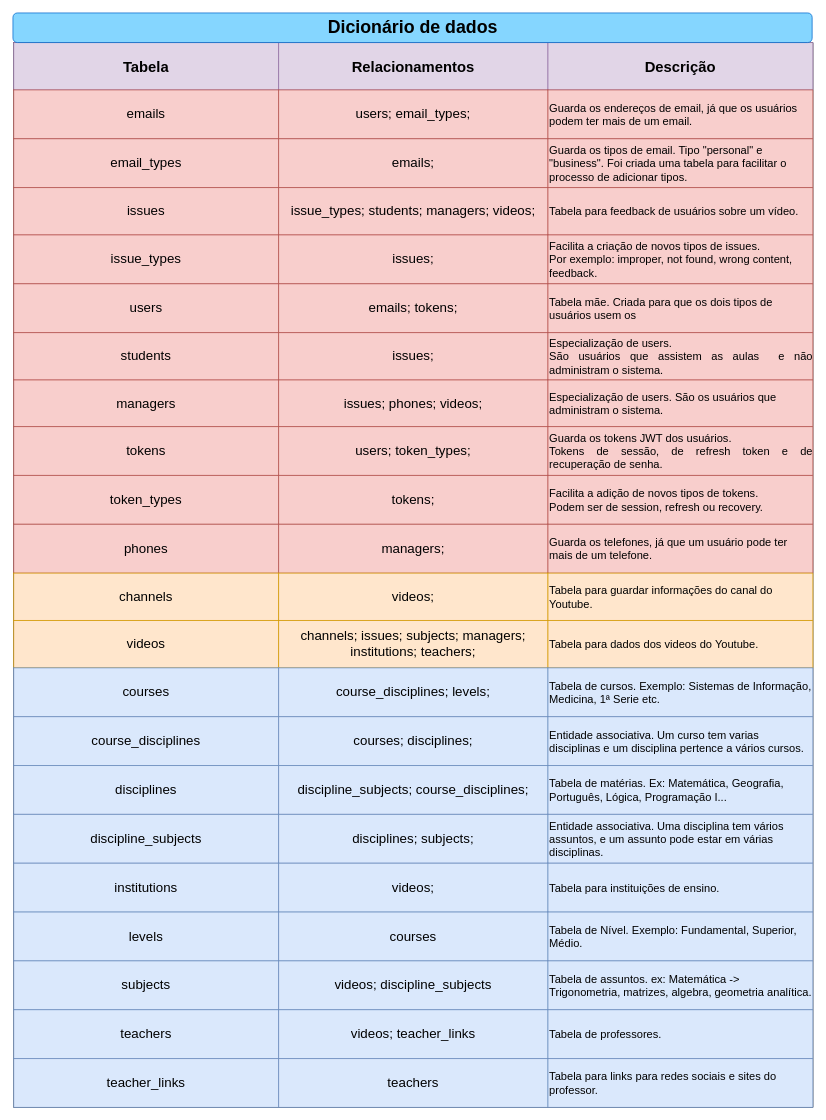
This is page "Dicionário de dados" (3 of 7) of db_model.drawio from SevenSeas-Tech/demen-backend, a draw.io file, before an edit. Source tidied: cells renumbered, new cells numbered last; positions are measured from the earlier drawing's top-left corner, leaving out a move shared by most shapes. Both pictures are drawn from the tidied source at 74%, with x=0, y=0 at pixel (13, 13).
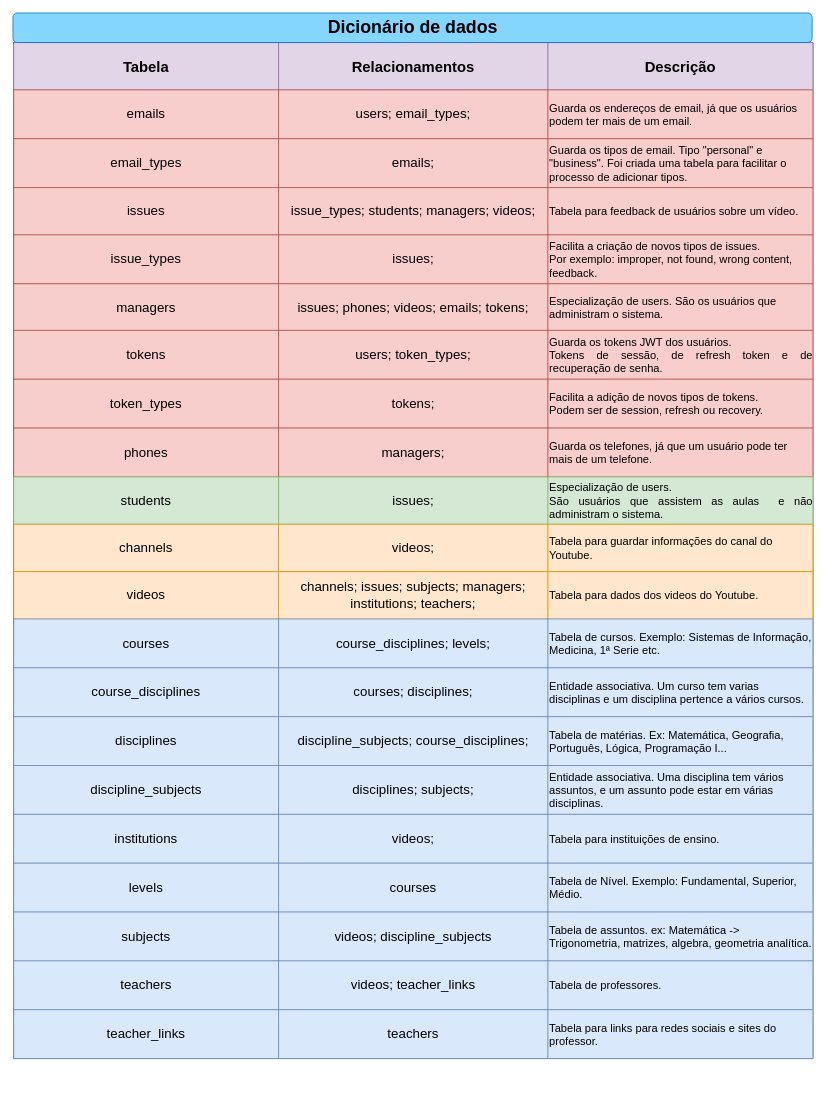
Above is the later version.

Change to the diagram source:
```diff
@@
     <mxCell id="2" style="shape=table;startSize=0;childLayout=tableLayout;rounded=1;shadow=0;glass=0;sketch=0;gradientColor=none;align=center;fontSize=20;" parent="1" vertex="1">
-      <mxGeometry x="1" y="40" width="1080" height="1439" as="geometry" />
+      <mxGeometry x="1" y="40" width="1080" height="1373" as="geometry" />
     </mxCell>
@@
-    <mxCell id="23" style="shape=tableRow;horizontal=0;startSize=0;swimlaneHead=0;swimlaneBody=0;top=0;left=0;bottom=0;right=0;fillColor=none;rounded=1;shadow=0;glass=0;sketch=0;" parent="2" vertex="1">
-      <mxGeometry y="326" width="1080" height="66" as="geometry" />
-    </mxCell>
-    <mxCell id="24" value="users" style="shape=partialRectangle;html=1;whiteSpace=wrap;overflow=hidden;fillColor=#f8cecc;top=1;left=1;bottom=1;right=1;rounded=1;shadow=0;glass=0;sketch=0;strokeColor=#b85450;fontSize=18;" parent="23" vertex="1">
-      <mxGeometry width="358" height="66" as="geometry" />
-    </mxCell>
-    <mxCell id="25" value="emails; tokens;" style="shape=partialRectangle;html=1;whiteSpace=wrap;overflow=hidden;fillColor=#f8cecc;top=1;left=1;bottom=1;right=1;rounded=1;shadow=0;glass=0;sketch=0;align=center;strokeColor=#b85450;fontSize=18;" parent="23" vertex="1">
-      <mxGeometry x="358" width="364" height="66" as="geometry" />
-    </mxCell>
-    <mxCell id="26" value="Tabela mãe. Criada para que os dois tipos de usuários usem os" style="shape=partialRectangle;html=1;whiteSpace=wrap;overflow=hidden;fillColor=#f8cecc;top=1;left=1;bottom=1;right=1;rounded=1;shadow=0;glass=0;sketch=0;fontSize=15;align=left;strokeColor=#b85450;" parent="23" vertex="1">
-      <mxGeometry x="722" width="358" height="66" as="geometry" />
-    </mxCell>
-    <mxCell id="27" style="shape=tableRow;horizontal=0;startSize=0;swimlaneHead=0;swimlaneBody=0;top=0;left=0;bottom=0;right=0;fillColor=none;rounded=1;shadow=0;glass=0;sketch=0;" parent="2" vertex="1">
-      <mxGeometry y="392" width="1080" height="64" as="geometry" />
-    </mxCell>
-    <mxCell id="28" value="students" style="shape=partialRectangle;html=1;whiteSpace=wrap;overflow=hidden;fillColor=#f8cecc;top=1;left=1;bottom=1;right=1;rounded=1;shadow=0;glass=0;sketch=0;strokeColor=#b85450;fontSize=18;" parent="27" vertex="1">
-      <mxGeometry width="358" height="64" as="geometry" />
-    </mxCell>
-    <mxCell id="29" value="issues;" style="shape=partialRectangle;html=1;whiteSpace=wrap;overflow=hidden;fillColor=#f8cecc;top=1;left=1;bottom=1;right=1;rounded=1;shadow=0;glass=0;sketch=0;align=center;strokeColor=#b85450;fontSize=18;" parent="27" vertex="1">
-      <mxGeometry x="358" width="364" height="64" as="geometry" />
-    </mxCell>
-    <mxCell id="30" value="&lt;div style=&quot;text-align: justify; font-size: 15px;&quot;&gt;&lt;span style=&quot;font-size: 15px; background-color: initial;&quot;&gt;Especialização de users.&amp;nbsp;&lt;/span&gt;&lt;/div&gt;&lt;div style=&quot;text-align: justify; font-size: 15px;&quot;&gt;&lt;span style=&quot;font-size: 15px; background-color: initial;&quot;&gt;São usuários que assistem as aulas&amp;nbsp; e não administram o sistema.&lt;/span&gt;&lt;/div&gt;" style="shape=partialRectangle;html=1;whiteSpace=wrap;overflow=hidden;fillColor=#f8cecc;top=1;left=1;bottom=1;right=1;rounded=1;shadow=0;glass=0;sketch=0;align=left;strokeColor=#b85450;fontSize=15;" parent="27" vertex="1">
-      <mxGeometry x="722" width="358" height="64" as="geometry" />
-    </mxCell>
     <mxCell id="31" style="shape=tableRow;horizontal=0;startSize=0;swimlaneHead=0;swimlaneBody=0;top=0;left=0;bottom=0;right=0;fillColor=none;rounded=1;shadow=0;glass=0;sketch=0;" parent="2" vertex="1">
-      <mxGeometry y="456" width="1080" height="63" as="geometry" />
+      <mxGeometry y="326" width="1080" height="63" as="geometry" />
     </mxCell>
@@
-    <mxCell id="33" value="issues; phones;&amp;nbsp;&lt;span style=&quot;background-color: initial; font-size: 18px;&quot;&gt;videos;&lt;/span&gt;" style="shape=partialRectangle;html=1;whiteSpace=wrap;overflow=hidden;fillColor=#f8cecc;top=1;left=1;bottom=1;right=1;rounded=1;shadow=0;glass=0;sketch=0;align=center;strokeColor=#b85450;fontSize=18;" parent="31" vertex="1">
+    <mxCell id="33" value="issues; phones;&amp;nbsp;&lt;span style=&quot;background-color: initial; font-size: 18px;&quot;&gt;videos; emails; tokens;&lt;/span&gt;" style="shape=partialRectangle;html=1;whiteSpace=wrap;overflow=hidden;fillColor=#f8cecc;top=1;left=1;bottom=1;right=1;rounded=1;shadow=0;glass=0;sketch=0;align=center;strokeColor=#b85450;fontSize=18;" parent="31" vertex="1">
       <mxGeometry x="358" width="364" height="63" as="geometry" />
     </mxCell>
@@
     <mxCell id="35" style="shape=tableRow;horizontal=0;startSize=0;swimlaneHead=0;swimlaneBody=0;top=0;left=0;bottom=0;right=0;fillColor=none;rounded=1;shadow=0;glass=0;sketch=0;" parent="2" vertex="1">
-      <mxGeometry y="519" width="1080" height="66" as="geometry" />
+      <mxGeometry y="389" width="1080" height="66" as="geometry" />
     </mxCell>
@@
     <mxCell id="39" style="shape=tableRow;horizontal=0;startSize=0;swimlaneHead=0;swimlaneBody=0;top=0;left=0;bottom=0;right=0;fillColor=none;rounded=1;shadow=0;glass=0;sketch=0;" parent="2" vertex="1">
-      <mxGeometry y="585" width="1080" height="66" as="geometry" />
+      <mxGeometry y="455" width="1080" height="66" as="geometry" />
     </mxCell>
@@
     <mxCell id="43" style="shape=tableRow;horizontal=0;startSize=0;swimlaneHead=0;swimlaneBody=0;top=0;left=0;bottom=0;right=0;fillColor=none;rounded=1;shadow=0;glass=0;sketch=0;" parent="2" vertex="1">
-      <mxGeometry y="651" width="1080" height="66" as="geometry" />
+      <mxGeometry y="521" width="1080" height="66" as="geometry" />
     </mxCell>
@@
+    <mxCell id="27" style="shape=tableRow;horizontal=0;startSize=0;swimlaneHead=0;swimlaneBody=0;top=0;left=0;bottom=0;right=0;fillColor=#d5e8d4;rounded=1;shadow=0;glass=0;sketch=0;strokeColor=#82b366;" parent="2" vertex="1">
+      <mxGeometry y="587" width="1080" height="64" as="geometry" />
+    </mxCell>
+    <mxCell id="28" value="students" style="shape=partialRectangle;html=1;whiteSpace=wrap;overflow=hidden;fillColor=#d5e8d4;top=1;left=1;bottom=1;right=1;rounded=1;shadow=0;glass=0;sketch=0;strokeColor=#82b366;fontSize=18;" parent="27" vertex="1">
+      <mxGeometry width="358" height="64" as="geometry" />
+    </mxCell>
+    <mxCell id="29" value="issues;" style="shape=partialRectangle;html=1;whiteSpace=wrap;overflow=hidden;fillColor=#d5e8d4;top=1;left=1;bottom=1;right=1;rounded=1;shadow=0;glass=0;sketch=0;align=center;strokeColor=#82b366;fontSize=18;" parent="27" vertex="1">
+      <mxGeometry x="358" width="364" height="64" as="geometry" />
+    </mxCell>
+    <mxCell id="30" value="&lt;div style=&quot;text-align: justify; font-size: 15px;&quot;&gt;&lt;span style=&quot;font-size: 15px; background-color: initial;&quot;&gt;Especialização de users.&amp;nbsp;&lt;/span&gt;&lt;/div&gt;&lt;div style=&quot;text-align: justify; font-size: 15px;&quot;&gt;&lt;span style=&quot;font-size: 15px; background-color: initial;&quot;&gt;São usuários que assistem as aulas&amp;nbsp; e não administram o sistema.&lt;/span&gt;&lt;/div&gt;" style="shape=partialRectangle;html=1;whiteSpace=wrap;overflow=hidden;fillColor=#d5e8d4;top=1;left=1;bottom=1;right=1;rounded=1;shadow=0;glass=0;sketch=0;align=left;strokeColor=#82b366;fontSize=15;" parent="27" vertex="1">
+      <mxGeometry x="722" width="358" height="64" as="geometry" />
+    </mxCell>
     <mxCell id="47" style="shape=tableRow;horizontal=0;startSize=0;swimlaneHead=0;swimlaneBody=0;top=0;left=0;bottom=0;right=0;fillColor=none;rounded=1;shadow=0;glass=0;sketch=0;" parent="2" vertex="1">
-      <mxGeometry y="717" width="1080" height="64" as="geometry" />
+      <mxGeometry y="651" width="1080" height="64" as="geometry" />
     </mxCell>
@@
     <mxCell id="51" style="shape=tableRow;horizontal=0;startSize=0;swimlaneHead=0;swimlaneBody=0;top=0;left=0;bottom=0;right=0;fillColor=none;rounded=1;shadow=0;glass=0;sketch=0;" parent="2" vertex="1">
-      <mxGeometry y="781" width="1080" height="64" as="geometry" />
+      <mxGeometry y="715" width="1080" height="64" as="geometry" />
     </mxCell>
@@
     <mxCell id="55" style="shape=tableRow;horizontal=0;startSize=0;swimlaneHead=0;swimlaneBody=0;top=0;left=0;bottom=0;right=0;fillColor=none;rounded=1;shadow=0;glass=0;sketch=0;" parent="2" vertex="1">
-      <mxGeometry y="845" width="1080" height="66" as="geometry" />
+      <mxGeometry y="779" width="1080" height="66" as="geometry" />
     </mxCell>
@@
     <mxCell id="59" style="shape=tableRow;horizontal=0;startSize=0;swimlaneHead=0;swimlaneBody=0;top=0;left=0;bottom=0;right=0;fillColor=none;rounded=1;shadow=0;glass=0;sketch=0;" parent="2" vertex="1">
-      <mxGeometry y="911" width="1080" height="66" as="geometry" />
+      <mxGeometry y="845" width="1080" height="66" as="geometry" />
     </mxCell>
@@
     <mxCell id="63" style="shape=tableRow;horizontal=0;startSize=0;swimlaneHead=0;swimlaneBody=0;top=0;left=0;bottom=0;right=0;fillColor=none;rounded=1;shadow=0;glass=0;sketch=0;" parent="2" vertex="1">
-      <mxGeometry y="977" width="1080" height="66" as="geometry" />
+      <mxGeometry y="911" width="1080" height="66" as="geometry" />
     </mxCell>
@@
     <mxCell id="67" style="shape=tableRow;horizontal=0;startSize=0;swimlaneHead=0;swimlaneBody=0;top=0;left=0;bottom=0;right=0;fillColor=none;rounded=1;shadow=0;glass=0;sketch=0;" parent="2" vertex="1">
-      <mxGeometry y="1043" width="1080" height="66" as="geometry" />
+      <mxGeometry y="977" width="1080" height="66" as="geometry" />
     </mxCell>
@@
     <mxCell id="71" style="shape=tableRow;horizontal=0;startSize=0;swimlaneHead=0;swimlaneBody=0;top=0;left=0;bottom=0;right=0;fillColor=none;rounded=1;shadow=0;glass=0;sketch=0;" parent="2" vertex="1">
-      <mxGeometry y="1109" width="1080" height="66" as="geometry" />
+      <mxGeometry y="1043" width="1080" height="66" as="geometry" />
     </mxCell>
@@
     <mxCell id="75" style="shape=tableRow;horizontal=0;startSize=0;swimlaneHead=0;swimlaneBody=0;top=0;left=0;bottom=0;right=0;fillColor=none;rounded=1;shadow=0;glass=0;sketch=0;" parent="2" vertex="1">
-      <mxGeometry y="1175" width="1080" height="66" as="geometry" />
+      <mxGeometry y="1109" width="1080" height="66" as="geometry" />
     </mxCell>
@@
     <mxCell id="79" style="shape=tableRow;horizontal=0;startSize=0;swimlaneHead=0;swimlaneBody=0;top=0;left=0;bottom=0;right=0;fillColor=none;rounded=1;shadow=0;glass=0;sketch=0;" parent="2" vertex="1">
-      <mxGeometry y="1241" width="1080" height="66" as="geometry" />
+      <mxGeometry y="1175" width="1080" height="66" as="geometry" />
     </mxCell>
@@
     <mxCell id="83" style="shape=tableRow;horizontal=0;startSize=0;swimlaneHead=0;swimlaneBody=0;top=0;left=0;bottom=0;right=0;fillColor=none;rounded=1;shadow=0;glass=0;sketch=0;" parent="2" vertex="1">
-      <mxGeometry y="1307" width="1080" height="66" as="geometry" />
+      <mxGeometry y="1241" width="1080" height="66" as="geometry" />
     </mxCell>
@@
     <mxCell id="87" style="shape=tableRow;horizontal=0;startSize=0;swimlaneHead=0;swimlaneBody=0;top=0;left=0;bottom=0;right=0;fillColor=none;rounded=1;shadow=0;glass=0;sketch=0;" parent="2" vertex="1">
-      <mxGeometry y="1373" width="1080" height="66" as="geometry" />
+      <mxGeometry y="1307" width="1080" height="66" as="geometry" />
     </mxCell>
```
